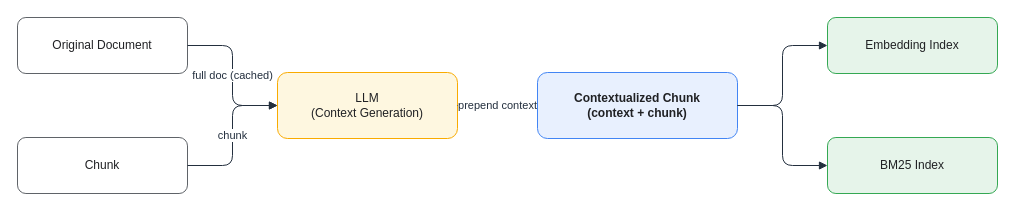
The draw.io diagram assets/img/ai/rag-02-contextual-retrieval.drawio in KKamJi98/kkamji98.github.io, before the edit. Source tidied: cells renumbered, new cells numbered last; positions are measured from the earlier drawing's top-left corner, leaving out a move shared by most shapes. Both pictures are drawn from the tidied source at 100%, with x=0, y=0 at pixel (17, 17).
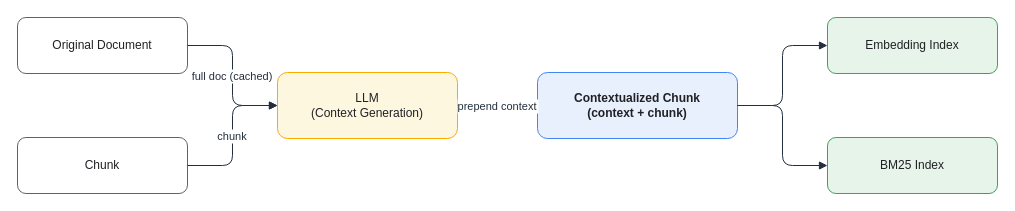
Above is the later version.

Change to the diagram source:
```diff
@@
 <mxGraphModel>
   <root>
     <mxCell id="0" />
     <mxCell id="1" parent="0" />
     <mxCell id="2" value="Original Document" style="rounded=1;whiteSpace=wrap;html=1;fillColor=#FFFFFF;strokeColor=#5F6368;shadow=0;fontSize=12;fontColor=#202124;" parent="1" vertex="1">
       <mxGeometry width="170" height="56" as="geometry" />
     </mxCell>
     <mxCell id="3" value="Chunk" style="rounded=1;whiteSpace=wrap;html=1;fillColor=#FFFFFF;strokeColor=#5F6368;shadow=0;fontSize=12;fontColor=#202124;" parent="1" vertex="1">
       <mxGeometry y="120" width="170" height="56" as="geometry" />
     </mxCell>
     <mxCell id="4" value="LLM&#10;(Context Generation)" style="rounded=1;whiteSpace=wrap;html=1;fillColor=#FEF7E0;strokeColor=#F9AB00;shadow=0;fontSize=12;fontColor=#202124;" parent="1" vertex="1">
       <mxGeometry x="260" y="55" width="180" height="66" as="geometry" />
     </mxCell>
     <mxCell id="5" value="Contextualized Chunk&#10;(context + chunk)" style="rounded=1;whiteSpace=wrap;html=1;fillColor=#E8F0FE;strokeColor=#4285F4;shadow=0;fontSize=12;fontColor=#202124;fontStyle=1;" parent="1" vertex="1">
       <mxGeometry x="520" y="55" width="200" height="66" as="geometry" />
     </mxCell>
     <mxCell id="6" value="Embedding Index" style="rounded=1;whiteSpace=wrap;html=1;fillColor=#E6F4EA;strokeColor=#34A853;shadow=0;fontSize=12;fontColor=#202124;" parent="1" vertex="1">
       <mxGeometry x="810" width="170" height="56" as="geometry" />
     </mxCell>
     <mxCell id="7" value="BM25 Index" style="rounded=1;whiteSpace=wrap;html=1;fillColor=#E6F4EA;strokeColor=#34A853;shadow=0;fontSize=12;fontColor=#202124;" parent="1" vertex="1">
       <mxGeometry x="810" y="120" width="170" height="56" as="geometry" />
     </mxCell>
-    <mxCell id="8" value="full doc (cached)" style="edgeStyle=orthogonalEdgeStyle;rounded=1;html=1;endArrow=block;strokeColor=#232F3E;fontColor=#232F3E;fontSize=11;labelBackgroundColor=#FFFFFF;" parent="1" edge="1" source="2" target="4">
+    <mxCell id="8" value="full doc (cached)" style="edgeStyle=orthogonalEdgeStyle;rounded=1;html=0;endArrow=block;strokeColor=#232F3E;fontColor=#232F3E;fontSize=11;labelBackgroundColor=#FFFFFF;" parent="1" edge="1" source="2" target="4">
       <mxGeometry relative="1" as="geometry" />
     </mxCell>
-    <mxCell id="9" value="chunk" style="edgeStyle=orthogonalEdgeStyle;rounded=1;html=1;endArrow=block;strokeColor=#232F3E;fontColor=#232F3E;fontSize=11;labelBackgroundColor=#FFFFFF;" parent="1" edge="1" source="3" target="4">
+    <mxCell id="9" value="chunk" style="edgeStyle=orthogonalEdgeStyle;rounded=1;html=0;endArrow=block;strokeColor=#232F3E;fontColor=#232F3E;fontSize=11;labelBackgroundColor=#FFFFFF;" parent="1" edge="1" source="3" target="4">
       <mxGeometry relative="1" as="geometry" />
     </mxCell>
-    <mxCell id="10" value="prepend context" style="edgeStyle=orthogonalEdgeStyle;rounded=1;html=1;endArrow=block;strokeColor=#232F3E;fontColor=#232F3E;fontSize=11;labelBackgroundColor=#FFFFFF;" parent="1" edge="1" source="4" target="5">
+    <mxCell id="10" value="prepend context" style="edgeStyle=orthogonalEdgeStyle;rounded=1;html=0;endArrow=block;strokeColor=#232F3E;fontColor=#232F3E;fontSize=11;labelBackgroundColor=#FFFFFF;" parent="1" edge="1" source="4" target="5">
       <mxGeometry relative="1" as="geometry" />
     </mxCell>
     <mxCell id="11" style="edgeStyle=orthogonalEdgeStyle;rounded=1;html=1;endArrow=block;strokeColor=#232F3E;fontColor=#232F3E;" parent="1" edge="1" source="5" target="6">
       <mxGeometry relative="1" as="geometry" />
     </mxCell>
     <mxCell id="12" style="edgeStyle=orthogonalEdgeStyle;rounded=1;html=1;endArrow=block;strokeColor=#232F3E;fontColor=#232F3E;" parent="1" edge="1" source="5" target="7">
       <mxGeometry relative="1" as="geometry" />
     </mxCell>
   </root>
 </mxGraphModel>
```
